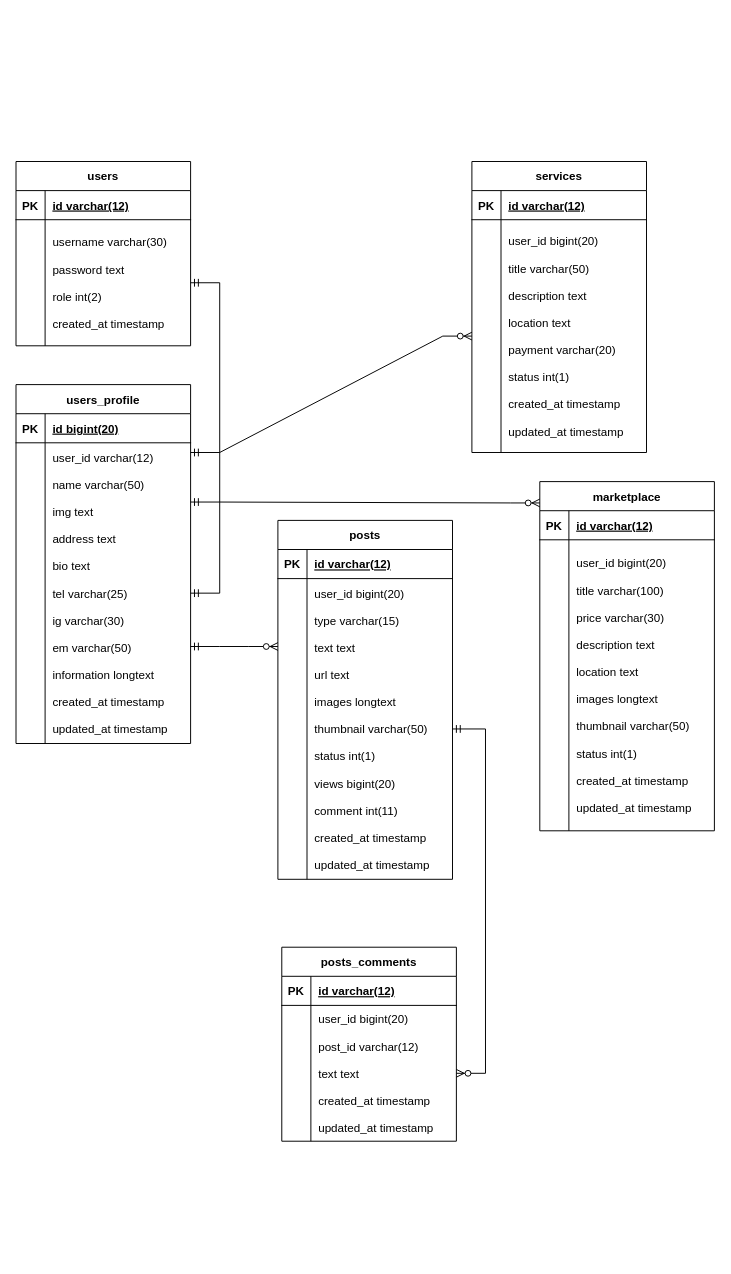
This is Class.drawio from nugrahaas/diagram-project-rpl, a draw.io file, before an edit. Source tidied: cells renumbered, new cells numbered last; positions are measured from the earlier drawing's top-left corner, leaving out a move shared by most shapes. Both pictures are drawn from the tidied source at 97%, with x=0, y=0 at pixel (16, 161).
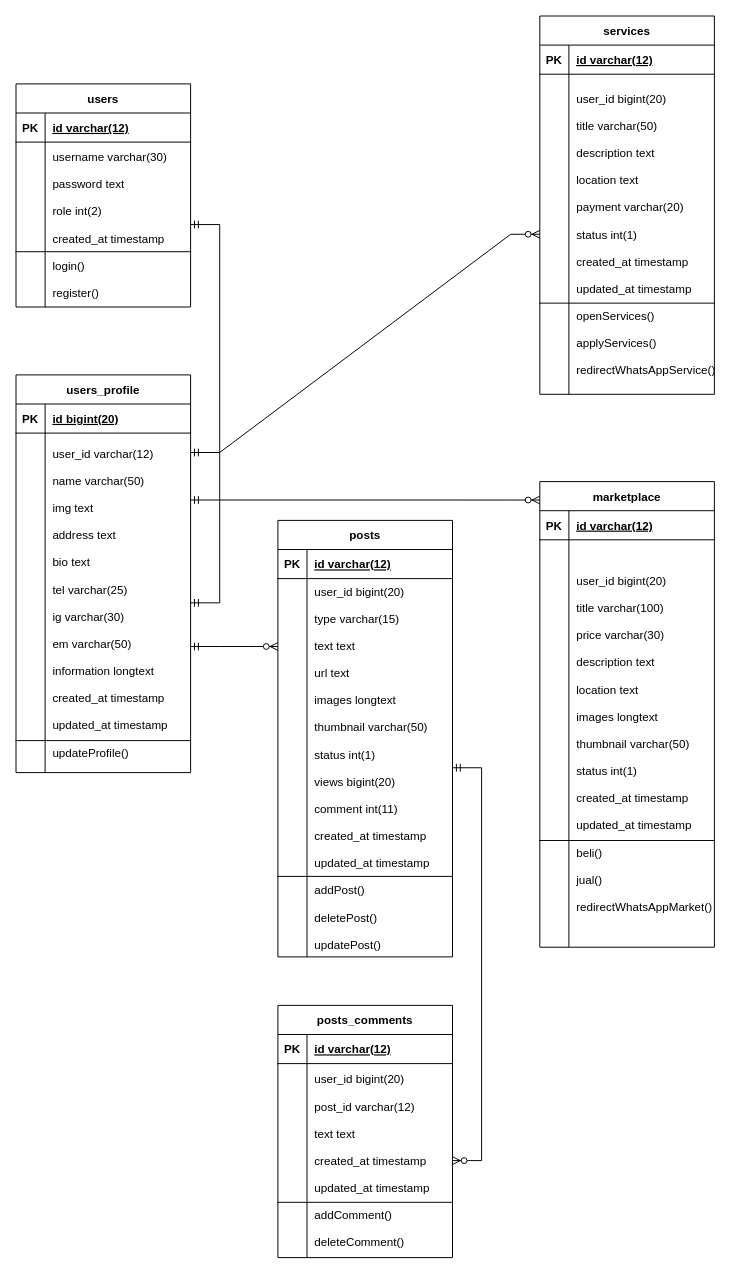
The same diagram, later.

Change to the diagram source:
```diff
@@
     <mxCell id="2" value="users" style="shape=table;startSize=30;childLayout=tableLayout;rowLines=0;fontStyle=1;align=center;" parent="1" vertex="1">
-      <mxGeometry width="180" height="190" as="geometry" />
+      <mxGeometry y="-80" width="180" height="230" as="geometry" />
     </mxCell>
@@
     <mxCell id="6" style="shape=tableRow;horizontal=0;startSize=0;swimlaneHead=0;swimlaneBody=0;fillColor=none;points=[[0,0.5],[1,0.5]];portConstraint=eastwest;top=0;left=0;right=0;bottom=0;" parent="2" vertex="1">
-      <mxGeometry y="60" width="180" height="130" as="geometry" />
+      <mxGeometry y="60" width="180" height="170" as="geometry" />
     </mxCell>
     <mxCell id="7" style="shape=partialRectangle;fillColor=none;top=0;left=0;bottom=0;right=0;overflow=hidden;" parent="6" vertex="1">
-      <mxGeometry width="30" height="130" as="geometry" />
+      <mxGeometry width="30" height="170" as="geometry" />
     </mxCell>
-    <mxCell id="8" value="username varchar(30)&#10;&#10;password text&#10;&#10;role int(2)&#10;&#10;created_at timestamp" style="shape=partialRectangle;fillColor=none;top=0;left=0;bottom=0;right=0;align=left;spacingLeft=6;overflow=hidden;" parent="6" vertex="1">
-      <mxGeometry x="30" width="150" height="130" as="geometry" />
+    <mxCell id="8" value="username varchar(30)&#10;&#10;password text&#10;&#10;role int(2)&#10;&#10;created_at timestamp&#10;&#10;login()&#10;&#10;register()" style="shape=partialRectangle;fillColor=none;top=0;left=0;bottom=0;right=0;align=left;spacingLeft=6;overflow=hidden;" parent="6" vertex="1">
+      <mxGeometry x="30" width="150" height="170" as="geometry" />
     </mxCell>
     <mxCell id="9" value="users_profile" style="shape=table;startSize=30;childLayout=tableLayout;rowLines=0;fontStyle=1;align=center;" parent="1" vertex="1">
-      <mxGeometry y="230" width="180" height="370" as="geometry" />
+      <mxGeometry y="220" width="180" height="410" as="geometry" />
     </mxCell>
@@
     <mxCell id="13" style="shape=tableRow;horizontal=0;startSize=0;swimlaneHead=0;swimlaneBody=0;fillColor=none;points=[[0,0.5],[1,0.5]];portConstraint=eastwest;top=0;left=0;right=0;bottom=0;" parent="9" vertex="1">
-      <mxGeometry y="60" width="180" height="310" as="geometry" />
+      <mxGeometry y="60" width="180" height="350" as="geometry" />
     </mxCell>
     <mxCell id="14" style="shape=partialRectangle;fillColor=none;top=0;left=0;bottom=0;right=0;overflow=hidden;" parent="13" vertex="1">
-      <mxGeometry width="30" height="310" as="geometry" />
+      <mxGeometry width="30" height="350" as="geometry" />
     </mxCell>
-    <mxCell id="15" value="user_id varchar(12)&#10;&#10;name varchar(50)&#10;&#10;img text&#10;&#10;address text&#10;&#10;bio text&#10;&#10;tel varchar(25)&#10;&#10;ig varchar(30)&#10;&#10;em varchar(50)&#10;&#10;information longtext&#10;&#10;created_at timestamp&#10;&#10;updated_at timestamp" style="shape=partialRectangle;fillColor=none;top=0;left=0;bottom=0;right=0;align=left;spacingLeft=6;overflow=hidden;" parent="13" vertex="1">
-      <mxGeometry x="30" width="150" height="310" as="geometry" />
+    <mxCell id="15" value="user_id varchar(12)&#10;&#10;name varchar(50)&#10;&#10;img text&#10;&#10;address text&#10;&#10;bio text&#10;&#10;tel varchar(25)&#10;&#10;ig varchar(30)&#10;&#10;em varchar(50)&#10;&#10;information longtext&#10;&#10;created_at timestamp&#10;&#10;updated_at timestamp&#10;&#10;updateProfile()" style="shape=partialRectangle;fillColor=none;top=0;left=0;bottom=0;right=0;align=left;spacingLeft=6;overflow=hidden;" parent="13" vertex="1">
+      <mxGeometry x="30" width="150" height="350" as="geometry" />
     </mxCell>
     <mxCell id="16" value="services" style="shape=table;startSize=30;childLayout=tableLayout;rowLines=0;fontStyle=1;align=center;" parent="1" vertex="1">
-      <mxGeometry x="470" width="180" height="300" as="geometry" />
+      <mxGeometry x="540" y="-150" width="180" height="390" as="geometry" />
     </mxCell>
@@
     <mxCell id="20" style="shape=tableRow;horizontal=0;startSize=0;swimlaneHead=0;swimlaneBody=0;fillColor=none;points=[[0,0.5],[1,0.5]];portConstraint=eastwest;top=0;left=0;right=0;bottom=0;" parent="16" vertex="1">
-      <mxGeometry y="60" width="180" height="240" as="geometry" />
+      <mxGeometry y="60" width="180" height="330" as="geometry" />
     </mxCell>
     <mxCell id="21" style="shape=partialRectangle;fillColor=none;top=0;left=0;bottom=0;right=0;overflow=hidden;" parent="20" vertex="1">
-      <mxGeometry width="30" height="240" as="geometry" />
+      <mxGeometry width="30" height="330" as="geometry" />
     </mxCell>
-    <mxCell id="22" value="user_id bigint(20)&#10;&#10;title varchar(50)&#10;&#10;description text&#10;&#10;location text&#10;&#10;payment varchar(20)&#10;&#10;status int(1)&#10;&#10;created_at timestamp&#10;&#10;updated_at timestamp" style="shape=partialRectangle;fillColor=none;top=0;left=0;bottom=0;right=0;align=left;spacingLeft=6;overflow=hidden;" parent="20" vertex="1">
-      <mxGeometry x="30" width="150" height="240" as="geometry" />
+    <mxCell id="22" value="user_id bigint(20)&#10;&#10;title varchar(50)&#10;&#10;description text&#10;&#10;location text&#10;&#10;payment varchar(20)&#10;&#10;status int(1)&#10;&#10;created_at timestamp&#10;&#10;updated_at timestamp&#10;&#10;openServices()&#10;&#10;applyServices()&#10;&#10;redirectWhatsAppService()" style="shape=partialRectangle;fillColor=none;top=0;left=0;bottom=0;right=0;align=left;spacingLeft=6;overflow=hidden;" parent="20" vertex="1">
+      <mxGeometry x="30" width="150" height="330" as="geometry" />
     </mxCell>
     <mxCell id="23" value="marketplace" style="shape=table;startSize=30;childLayout=tableLayout;rowLines=0;fontStyle=1;align=center;" parent="1" vertex="1">
-      <mxGeometry x="540" y="330" width="180" height="360" as="geometry" />
+      <mxGeometry x="540" y="330" width="180" height="480" as="geometry" />
     </mxCell>
@@
     <mxCell id="27" style="shape=tableRow;horizontal=0;startSize=0;swimlaneHead=0;swimlaneBody=0;fillColor=none;top=0;left=0;right=0;bottom=0;" parent="23" vertex="1">
-      <mxGeometry y="60" width="180" height="300" as="geometry" />
+      <mxGeometry y="60" width="180" height="420" as="geometry" />
     </mxCell>
     <mxCell id="28" style="shape=partialRectangle;fillColor=none;top=0;left=0;bottom=0;right=0;overflow=hidden;" parent="27" vertex="1">
-      <mxGeometry width="30" height="300" as="geometry" />
+      <mxGeometry width="30" height="420" as="geometry" />
     </mxCell>
-    <mxCell id="29" value="user_id bigint(20)&#10;&#10;title varchar(100)&#10;&#10;price varchar(30)&#10;&#10;description text&#10;&#10;location text&#10;&#10;images longtext&#10;&#10;thumbnail varchar(50)&#10;&#10;status int(1)&#10;&#10;created_at timestamp&#10;&#10;updated_at timestamp" style="shape=partialRectangle;fillColor=none;top=0;left=0;bottom=0;right=0;align=left;spacingLeft=6;overflow=hidden;" parent="27" vertex="1">
-      <mxGeometry x="30" width="150" height="300" as="geometry" />
+    <mxCell id="29" value="user_id bigint(20)&#10;&#10;title varchar(100)&#10;&#10;price varchar(30)&#10;&#10;description text&#10;&#10;location text&#10;&#10;images longtext&#10;&#10;thumbnail varchar(50)&#10;&#10;status int(1)&#10;&#10;created_at timestamp&#10;&#10;updated_at timestamp&#10;&#10;beli()&#10;&#10;jual()&#10;&#10;redirectWhatsAppMarket()" style="shape=partialRectangle;fillColor=none;top=0;left=0;bottom=0;right=0;align=left;spacingLeft=6;overflow=hidden;" parent="27" vertex="1">
+      <mxGeometry x="30" width="150" height="420" as="geometry" />
     </mxCell>
     <mxCell id="30" value="posts" style="shape=table;startSize=30;childLayout=tableLayout;rowLines=0;fontStyle=1;align=center;" parent="1" vertex="1">
-      <mxGeometry x="270" y="370" width="180" height="370" as="geometry" />
+      <mxGeometry x="270" y="370" width="180" height="450" as="geometry" />
     </mxCell>
@@
     <mxCell id="34" style="shape=tableRow;horizontal=0;startSize=0;swimlaneHead=0;swimlaneBody=0;fillColor=none;points=[[0,0.5],[1,0.5]];portConstraint=eastwest;top=0;left=0;right=0;bottom=0;" parent="30" vertex="1">
-      <mxGeometry y="60" width="180" height="310" as="geometry" />
+      <mxGeometry y="60" width="180" height="390" as="geometry" />
     </mxCell>
     <mxCell id="35" style="shape=partialRectangle;fillColor=none;top=0;left=0;bottom=0;right=0;overflow=hidden;" parent="34" vertex="1">
-      <mxGeometry width="30" height="310" as="geometry" />
+      <mxGeometry width="30" height="390" as="geometry" />
     </mxCell>
-    <mxCell id="36" value="user_id bigint(20)&#10;&#10;type varchar(15)&#10;&#10;text text&#10;&#10;url text&#10;&#10;images longtext&#10;&#10;thumbnail varchar(50)&#10;&#10;status int(1)&#10;&#10;views bigint(20)&#10;&#10;comment int(11)&#10;&#10;created_at timestamp&#10;&#10;updated_at timestamp" style="shape=partialRectangle;fillColor=none;top=0;left=0;bottom=0;right=0;align=left;spacingLeft=6;overflow=hidden;" parent="34" vertex="1">
-      <mxGeometry x="30" width="150" height="310" as="geometry" />
+    <mxCell id="36" value="user_id bigint(20)&#10;&#10;type varchar(15)&#10;&#10;text text&#10;&#10;url text&#10;&#10;images longtext&#10;&#10;thumbnail varchar(50)&#10;&#10;status int(1)&#10;&#10;views bigint(20)&#10;&#10;comment int(11)&#10;&#10;created_at timestamp&#10;&#10;updated_at timestamp&#10;&#10;addPost()&#10;&#10;deletePost()&#10;&#10;updatePost()" style="shape=partialRectangle;fillColor=none;top=0;left=0;bottom=0;right=0;align=left;spacingLeft=6;overflow=hidden;" parent="34" vertex="1">
+      <mxGeometry x="30" width="150" height="390" as="geometry" />
     </mxCell>
     <mxCell id="37" value="posts_comments" style="shape=table;startSize=30;childLayout=tableLayout;rowLines=0;fontStyle=1;align=center;" parent="1" vertex="1">
-      <mxGeometry x="274" y="810" width="180" height="200" as="geometry" />
+      <mxGeometry x="270" y="870" width="180" height="260" as="geometry" />
     </mxCell>
@@
     <mxCell id="41" style="shape=tableRow;horizontal=0;startSize=0;swimlaneHead=0;swimlaneBody=0;fillColor=none;points=[[0,0.5],[1,0.5]];portConstraint=eastwest;top=0;left=0;right=0;bottom=0;" parent="37" vertex="1">
-      <mxGeometry y="60" width="180" height="140" as="geometry" />
+      <mxGeometry y="60" width="180" height="200" as="geometry" />
     </mxCell>
     <mxCell id="42" style="shape=partialRectangle;fillColor=none;top=0;left=0;bottom=0;right=0;overflow=hidden;" parent="41" vertex="1">
-      <mxGeometry width="30" height="140" as="geometry" />
+      <mxGeometry width="30" height="200" as="geometry" />
     </mxCell>
-    <mxCell id="43" value="user_id bigint(20)&#10;&#10;post_id varchar(12)&#10;&#10;text text&#10;&#10;created_at timestamp&#10;&#10;updated_at timestamp" style="shape=partialRectangle;fillColor=none;top=0;left=0;bottom=0;right=0;align=left;spacingLeft=6;overflow=hidden;fontStyle=0;" parent="41" vertex="1">
-      <mxGeometry x="30" width="150" height="140" as="geometry" />
+    <mxCell id="43" value="user_id bigint(20)&#10;&#10;post_id varchar(12)&#10;&#10;text text&#10;&#10;created_at timestamp&#10;&#10;updated_at timestamp&#10;&#10;addComment()&#10;&#10;deleteComment()" style="shape=partialRectangle;fillColor=none;top=0;left=0;bottom=0;right=0;align=left;spacingLeft=6;overflow=hidden;fontStyle=0;" parent="41" vertex="1">
+      <mxGeometry x="30" width="150" height="200" as="geometry" />
     </mxCell>
@@
     <mxCell id="45" style="edgeStyle=entityRelationEdgeStyle;fontSize=12;html=1;endArrow=ERzeroToMany;startArrow=ERmandOne;rounded=0;exitX=1;exitY=0.197;exitDx=0;exitDy=0;exitPerimeter=0;" parent="1" edge="1" source="13">
       <mxGeometry relative="1" as="geometry">
-        <mxPoint x="540" y="352" as="targetPoint" />
+        <mxPoint x="540" y="349" as="targetPoint" />
       </mxGeometry>
     </mxCell>
@@
+    <mxCell id="49" style="shape=tableRow;horizontal=0;startSize=0;swimlaneHead=0;swimlaneBody=0;fillColor=none;top=0;left=0;right=0;bottom=1;" parent="1" vertex="1">
+      <mxGeometry x="540" y="670" width="180" height="30" as="geometry" />
+    </mxCell>
+    <mxCell id="50" style="shape=tableRow;horizontal=0;startSize=0;swimlaneHead=0;swimlaneBody=0;fillColor=none;top=0;left=0;right=0;bottom=1;" parent="1" vertex="1">
+      <mxGeometry y="63" width="180" height="30" as="geometry" />
+    </mxCell>
+    <mxCell id="51" style="shape=tableRow;horizontal=0;startSize=0;swimlaneHead=0;swimlaneBody=0;fillColor=none;top=0;left=0;right=0;bottom=1;" parent="1" vertex="1">
+      <mxGeometry x="540" y="116" width="180" height="30" as="geometry" />
+    </mxCell>
+    <mxCell id="52" style="shape=tableRow;horizontal=0;startSize=0;swimlaneHead=0;swimlaneBody=0;fillColor=none;top=0;left=0;right=0;bottom=1;" parent="1" vertex="1">
+      <mxGeometry y="567" width="180" height="30" as="geometry" />
+    </mxCell>
+    <mxCell id="53" style="shape=tableRow;horizontal=0;startSize=0;swimlaneHead=0;swimlaneBody=0;fillColor=none;top=0;left=0;right=0;bottom=1;" parent="1" vertex="1">
+      <mxGeometry x="270" y="1043" width="180" height="30" as="geometry" />
+    </mxCell>
+    <mxCell id="54" style="shape=tableRow;horizontal=0;startSize=0;swimlaneHead=0;swimlaneBody=0;fillColor=none;top=0;left=0;right=0;bottom=1;" parent="1" vertex="1">
+      <mxGeometry x="270" y="707" width="180" height="30" as="geometry" />
+    </mxCell>
```
